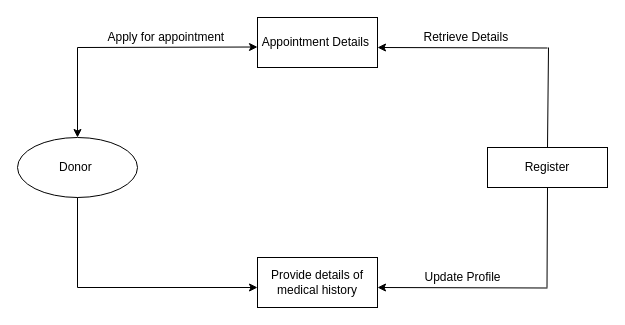
Before: DFD levle 2.drawio in riyagarg26/database_design, a draw.io diagram. Source tidied: cells renumbered, new cells numbered last; positions are measured from the earlier drawing's top-left corner, leaving out a move shared by most shapes. Both pictures are drawn from the tidied source at 100%, with x=0, y=0 at pixel (17, 17).
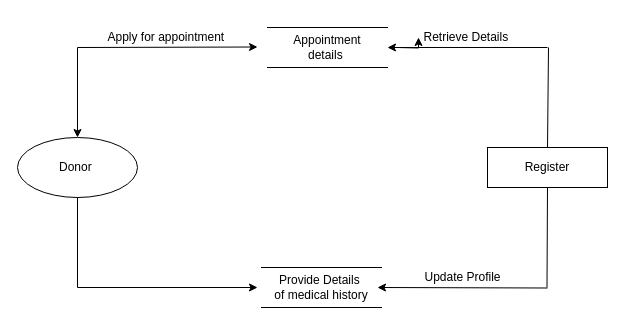
The same diagram, later.

Unchanged cells that the change refers to:
```xml
<mxCell id="15" value="Retrieve Details&amp;nbsp;" style="text;html=1;align=center;verticalAlign=middle;points=[];fillColor=none;strokeColor=none;rounded=0;" parent="1" vertex="1">
  <mxGeometry x="400" y="10" width="100" height="20" as="geometry" />
</mxCell>
```

Change to the diagram source:
```diff
@@
-    <mxCell id="8" value="Appointment Details&amp;nbsp;" style="rounded=0;whiteSpace=wrap;html=1;" parent="1" vertex="1">
-      <mxGeometry x="240" width="120" height="50" as="geometry" />
-    </mxCell>
-    <mxCell id="9" value="Provide details of medical history" style="rounded=0;whiteSpace=wrap;html=1;" parent="1" vertex="1">
-      <mxGeometry x="240" y="240" width="120" height="50" as="geometry" />
-    </mxCell>
@@
     <mxCell id="13" style="endArrow=classic;html=1;" parent="1" edge="1">
       <mxGeometry relative="1" as="geometry">
-        <mxPoint x="530" y="30.5" as="sourcePoint" />
-        <mxPoint x="360" y="30" as="targetPoint" />
+        <mxPoint x="530" y="30" as="sourcePoint" />
+        <mxPoint x="370" y="30" as="targetPoint" />
       </mxGeometry>
     </mxCell>
@@
+    <mxCell id="17" style="edgeStyle=orthogonalEdgeStyle;rounded=0;jettySize=auto;html=1;" parent="1" edge="1" target="15">
+      <mxGeometry relative="1" as="geometry">
+        <mxPoint x="380" y="30" as="sourcePoint" />
+      </mxGeometry>
+    </mxCell>
+    <mxCell id="18" value="Appointment &lt;br&gt;details&amp;nbsp;" style="shape=partialRectangle;whiteSpace=wrap;html=1;left=0;right=0;fillColor=none;" parent="1" vertex="1">
+      <mxGeometry x="250" y="10" width="120" height="40" as="geometry" />
+    </mxCell>
+    <mxCell id="19" value="Provide Details&amp;nbsp;&lt;br&gt;of medical history" style="shape=partialRectangle;whiteSpace=wrap;html=1;left=0;right=0;fillColor=none;" parent="1" vertex="1">
+      <mxGeometry x="244" y="250" width="120" height="40" as="geometry" />
+    </mxCell>
```
